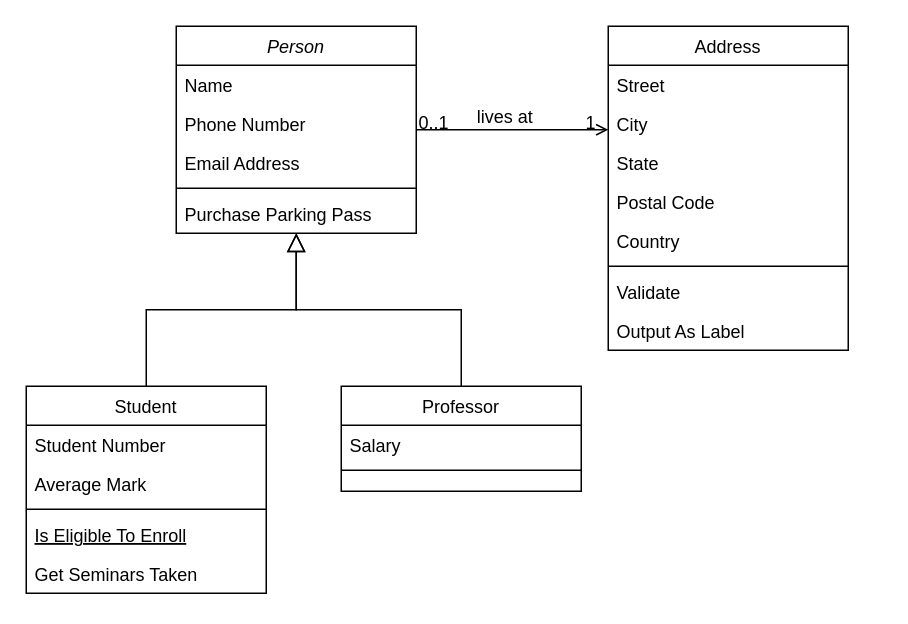
The draw.io diagram klassendiagram.drawio in duplo1227/lf8-server-monitoring, before the edit. Source tidied: cells renumbered, new cells numbered last; positions are measured from the earlier drawing's top-left corner, leaving out a move shared by most shapes. Both pictures are drawn from the tidied source at 150%, with x=0, y=0 at pixel (26, 26).
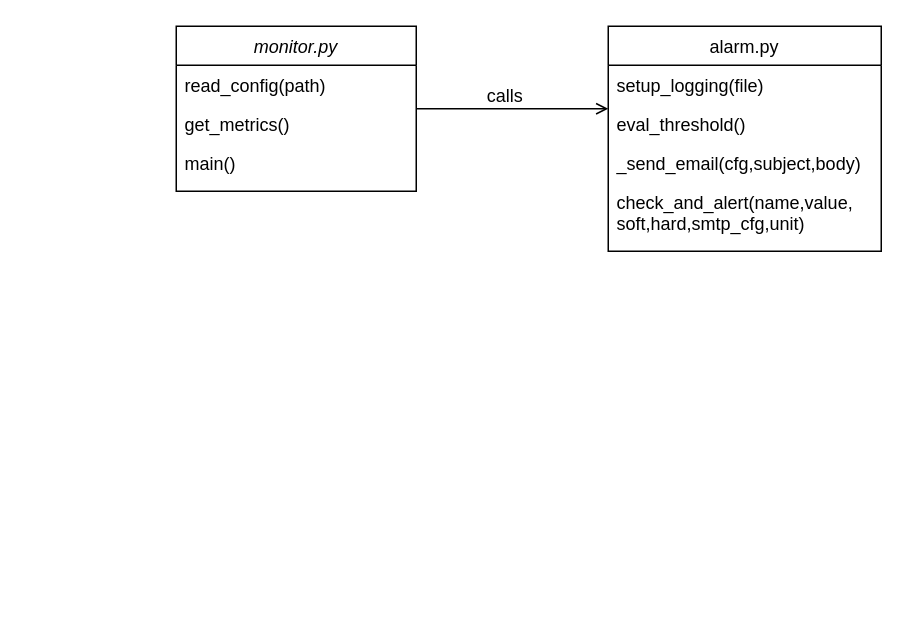
Above is the later version.

Unchanged cells that the change refers to:
```xml
<mxCell id="28" style="endArrow=open;shadow=0;strokeWidth=1;rounded=0;curved=0;endFill=1;edgeStyle=elbowEdgeStyle;elbow=vertical;" parent="1" edge="1" source="2" target="19">
  <mxGeometry x="0.5" y="41" relative="1" as="geometry">
    <mxPoint x="-40" y="32" as="offset" />
  </mxGeometry>
</mxCell>
```

The edit, as a diff of the source:
```diff
@@
-    <mxCell id="2" value="Person" style="swimlane;fontStyle=2;align=center;verticalAlign=top;horizontal=1;startSize=26;rounded=0;shadow=0;strokeWidth=1;" parent="1" vertex="1">
-      <mxGeometry x="100" width="160" height="138" as="geometry" />
+    <mxCell id="2" value="monitor.py" style="swimlane;fontStyle=2;align=center;verticalAlign=top;horizontal=1;startSize=26;rounded=0;shadow=0;strokeWidth=1;" parent="1" vertex="1">
+      <mxGeometry x="100" width="160" height="110" as="geometry" />
     </mxCell>
-    <mxCell id="3" value="Name" style="text;align=left;verticalAlign=top;spacingLeft=4;spacingRight=4;overflow=hidden;" parent="2" vertex="1">
+    <mxCell id="3" value="read_config(path)" style="text;align=left;verticalAlign=top;spacingLeft=4;spacingRight=4;overflow=hidden;" parent="2" vertex="1">
       <mxGeometry y="26" width="160" height="26" as="geometry" />
     </mxCell>
-    <mxCell id="4" value="Phone Number" style="text;align=left;verticalAlign=top;spacingLeft=4;spacingRight=4;overflow=hidden;rounded=0;shadow=0;html=0;" parent="2" vertex="1">
+    <mxCell id="4" value="get_metrics()" style="text;align=left;verticalAlign=top;spacingLeft=4;spacingRight=4;overflow=hidden;rounded=0;shadow=0;html=0;" parent="2" vertex="1">
       <mxGeometry y="52" width="160" height="26" as="geometry" />
     </mxCell>
-    <mxCell id="5" value="Email Address" style="text;align=left;verticalAlign=top;spacingLeft=4;spacingRight=4;overflow=hidden;rounded=0;shadow=0;html=0;" parent="2" vertex="1">
+    <mxCell id="5" value="main()" style="text;align=left;verticalAlign=top;spacingLeft=4;spacingRight=4;overflow=hidden;rounded=0;shadow=0;html=0;" parent="2" vertex="1">
       <mxGeometry y="78" width="160" height="26" as="geometry" />
     </mxCell>
-    <mxCell id="6" style="line;html=1;strokeWidth=1;align=left;verticalAlign=middle;spacingTop=-1;spacingLeft=3;spacingRight=3;labelPosition=right;" parent="2" vertex="1">
-      <mxGeometry y="104" width="160" height="8" as="geometry" />
-    </mxCell>
-    <mxCell id="7" value="Purchase Parking Pass" style="text;align=left;verticalAlign=top;spacingLeft=4;spacingRight=4;overflow=hidden;" parent="2" vertex="1">
-      <mxGeometry y="112" width="160" height="26" as="geometry" />
-    </mxCell>
-    <mxCell id="8" value="Student" style="swimlane;fontStyle=0;align=center;verticalAlign=top;horizontal=1;startSize=26;rounded=0;shadow=0;strokeWidth=1;" parent="1" vertex="1">
-      <mxGeometry y="240" width="160" height="138" as="geometry" />
-    </mxCell>
-    <mxCell id="9" value="Student Number" style="text;align=left;verticalAlign=top;spacingLeft=4;spacingRight=4;overflow=hidden;" parent="8" vertex="1">
-      <mxGeometry y="26" width="160" height="26" as="geometry" />
-    </mxCell>
-    <mxCell id="10" value="Average Mark" style="text;align=left;verticalAlign=top;spacingLeft=4;spacingRight=4;overflow=hidden;rounded=0;shadow=0;html=0;" parent="8" vertex="1">
-      <mxGeometry y="52" width="160" height="26" as="geometry" />
-    </mxCell>
-    <mxCell id="11" style="line;html=1;strokeWidth=1;align=left;verticalAlign=middle;spacingTop=-1;spacingLeft=3;spacingRight=3;labelPosition=right;" parent="8" vertex="1">
-      <mxGeometry y="78" width="160" height="8" as="geometry" />
-    </mxCell>
-    <mxCell id="12" value="Is Eligible To Enroll" style="text;align=left;verticalAlign=top;spacingLeft=4;spacingRight=4;overflow=hidden;fontStyle=4;" parent="8" vertex="1">
-      <mxGeometry y="86" width="160" height="26" as="geometry" />
-    </mxCell>
-    <mxCell id="13" value="Get Seminars Taken" style="text;align=left;verticalAlign=top;spacingLeft=4;spacingRight=4;overflow=hidden;" parent="8" vertex="1">
-      <mxGeometry y="112" width="160" height="26" as="geometry" />
-    </mxCell>
-    <mxCell id="14" style="endArrow=block;endSize=10;endFill=0;shadow=0;strokeWidth=1;rounded=0;curved=0;edgeStyle=elbowEdgeStyle;elbow=vertical;" parent="1" edge="1" source="8" target="2">
-      <mxGeometry relative="1" as="geometry" />
-    </mxCell>
-    <mxCell id="15" value="Professor" style="swimlane;fontStyle=0;align=center;verticalAlign=top;horizontal=1;startSize=26;rounded=0;shadow=0;strokeWidth=1;" parent="1" vertex="1">
-      <mxGeometry x="210" y="240" width="160" height="70" as="geometry" />
-    </mxCell>
-    <mxCell id="16" value="Salary" style="text;align=left;verticalAlign=top;spacingLeft=4;spacingRight=4;overflow=hidden;" parent="15" vertex="1">
-      <mxGeometry y="26" width="160" height="26" as="geometry" />
-    </mxCell>
-    <mxCell id="17" style="line;html=1;strokeWidth=1;align=left;verticalAlign=middle;spacingTop=-1;spacingLeft=3;spacingRight=3;labelPosition=right;" parent="15" vertex="1">
-      <mxGeometry y="52" width="160" height="8" as="geometry" />
-    </mxCell>
-    <mxCell id="18" style="endArrow=block;endSize=10;endFill=0;shadow=0;strokeWidth=1;rounded=0;curved=0;edgeStyle=elbowEdgeStyle;elbow=vertical;" parent="1" edge="1" source="15" target="2">
-      <mxGeometry relative="1" as="geometry" />
-    </mxCell>
-    <mxCell id="19" value="Address" style="swimlane;fontStyle=0;align=center;verticalAlign=top;horizontal=1;startSize=26;rounded=0;shadow=0;strokeWidth=1;" parent="1" vertex="1">
-      <mxGeometry x="388" width="160" height="216" as="geometry" />
+    <mxCell id="19" value="alarm.py" style="swimlane;fontStyle=0;align=center;verticalAlign=top;horizontal=1;startSize=26;rounded=0;shadow=0;strokeWidth=1;" parent="1" vertex="1">
+      <mxGeometry x="388" width="182" height="150" as="geometry" />
     </mxCell>
-    <mxCell id="20" value="Street" style="text;align=left;verticalAlign=top;spacingLeft=4;spacingRight=4;overflow=hidden;" parent="19" vertex="1">
-      <mxGeometry y="26" width="160" height="26" as="geometry" />
+    <mxCell id="20" value="setup_logging(file)" style="text;align=left;verticalAlign=top;spacingLeft=4;spacingRight=4;overflow=hidden;" parent="19" vertex="1">
+      <mxGeometry y="26" width="182" height="26" as="geometry" />
     </mxCell>
-    <mxCell id="21" value="City" style="text;align=left;verticalAlign=top;spacingLeft=4;spacingRight=4;overflow=hidden;rounded=0;shadow=0;html=0;" parent="19" vertex="1">
-      <mxGeometry y="52" width="160" height="26" as="geometry" />
+    <mxCell id="21" value="eval_threshold()" style="text;align=left;verticalAlign=top;spacingLeft=4;spacingRight=4;overflow=hidden;rounded=0;shadow=0;html=0;" parent="19" vertex="1">
+      <mxGeometry y="52" width="182" height="26" as="geometry" />
     </mxCell>
-    <mxCell id="22" value="State" style="text;align=left;verticalAlign=top;spacingLeft=4;spacingRight=4;overflow=hidden;rounded=0;shadow=0;html=0;" parent="19" vertex="1">
-      <mxGeometry y="78" width="160" height="26" as="geometry" />
+    <mxCell id="22" value="_send_email(cfg,subject,body)" style="text;align=left;verticalAlign=top;spacingLeft=4;spacingRight=4;overflow=hidden;rounded=0;shadow=0;html=0;" parent="19" vertex="1">
+      <mxGeometry y="78" width="182" height="26" as="geometry" />
     </mxCell>
-    <mxCell id="23" value="Postal Code" style="text;align=left;verticalAlign=top;spacingLeft=4;spacingRight=4;overflow=hidden;rounded=0;shadow=0;html=0;" parent="19" vertex="1">
-      <mxGeometry y="104" width="160" height="26" as="geometry" />
+    <mxCell id="23" value="check_and_alert(name,value,&#10;soft,hard,smtp_cfg,unit)" style="text;align=left;verticalAlign=top;spacingLeft=4;spacingRight=4;overflow=hidden;rounded=0;shadow=0;html=0;" parent="19" vertex="1">
+      <mxGeometry y="104" width="182" height="46" as="geometry" />
     </mxCell>
-    <mxCell id="24" value="Country" style="text;align=left;verticalAlign=top;spacingLeft=4;spacingRight=4;overflow=hidden;rounded=0;shadow=0;html=0;" parent="19" vertex="1">
-      <mxGeometry y="130" width="160" height="26" as="geometry" />
-    </mxCell>
-    <mxCell id="25" style="line;html=1;strokeWidth=1;align=left;verticalAlign=middle;spacingTop=-1;spacingLeft=3;spacingRight=3;labelPosition=right;" parent="19" vertex="1">
-      <mxGeometry y="156" width="160" height="8" as="geometry" />
-    </mxCell>
-    <mxCell id="26" value="Validate" style="text;align=left;verticalAlign=top;spacingLeft=4;spacingRight=4;overflow=hidden;" parent="19" vertex="1">
-      <mxGeometry y="164" width="160" height="26" as="geometry" />
-    </mxCell>
-    <mxCell id="27" value="Output As Label" style="text;align=left;verticalAlign=top;spacingLeft=4;spacingRight=4;overflow=hidden;" parent="19" vertex="1">
-      <mxGeometry y="190" width="160" height="26" as="geometry" />
-    </mxCell>
@@
-    <mxCell id="29" value="0..1" style="align=left;verticalAlign=bottom;labelBackgroundColor=none;fontSize=12;" parent="28" vertex="1">
+    <mxCell id="29" style="align=left;verticalAlign=bottom;labelBackgroundColor=none;fontSize=12;" parent="28" vertex="1">
       <mxGeometry x="-1" relative="1" as="geometry">
         <mxPoint y="4" as="offset" />
       </mxGeometry>
     </mxCell>
-    <mxCell id="30" value="1" style="align=right;verticalAlign=bottom;labelBackgroundColor=none;fontSize=12;" parent="28" vertex="1">
-      <mxGeometry x="1" relative="1" as="geometry">
-        <mxPoint x="-7" y="4" as="offset" />
-      </mxGeometry>
-    </mxCell>
-    <mxCell id="31" value="lives at" style="text;html=1;align=center;verticalAlign=middle;labelBackgroundColor=none;rounded=0;shadow=0;strokeWidth=1;fontSize=12;" parent="28" vertex="1">
+    <mxCell id="31" value="calls" style="text;html=1;align=center;verticalAlign=middle;labelBackgroundColor=none;rounded=0;shadow=0;strokeWidth=1;fontSize=12;" parent="28" vertex="1">
       <mxGeometry x="0.5" y="49" relative="1" as="geometry">
         <mxPoint x="-38" y="40" as="offset" />
       </mxGeometry>
     </mxCell>
```
